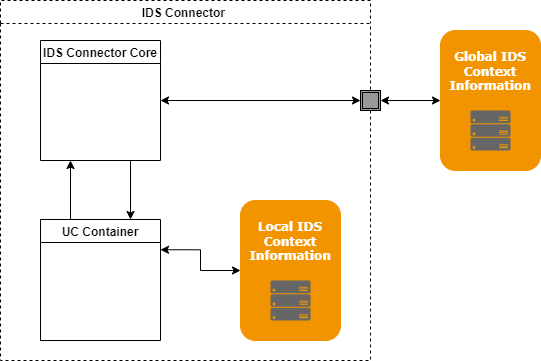
Before: documentation/4_Perspectives_of_the_Reference_Architecture_Model/4_1_Security_Perspective/media/Context-information-and-execution-point-PIP.drawio.png, a diagram exported from draw.io (International-Data-Spaces-Association/IDS-RAM_4_0). Source tidied: cells renumbered, new cells last; positions are measured from the earlier drawing's top-left corner, leaving out a move shared by most shapes.
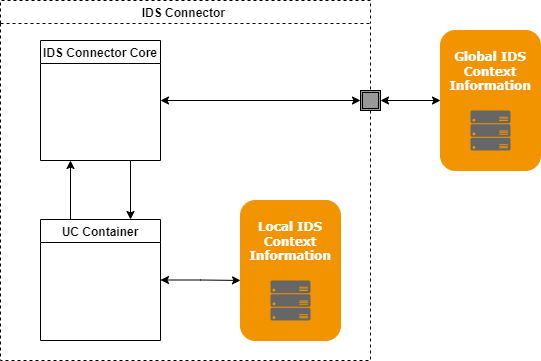
After the commit.

The edit, as a diff of the source:
```diff
@@ -8,7 +8,7 @@
     <mxCell id="3" style="edgeStyle=orthogonalEdgeStyle;rounded=0;jettySize=auto;html=1;exitX=0.25;exitY=0;exitDx=0;exitDy=0;entryX=0.25;entryY=1;entryDx=0;entryDy=0;" parent="2" edge="1" source="5" target="6">
       <mxGeometry relative="1" as="geometry" />
     </mxCell>
-    <mxCell id="4" style="edgeStyle=orthogonalEdgeStyle;rounded=0;jettySize=auto;html=1;exitX=1;exitY=0.25;exitDx=0;exitDy=0;startArrow=classic;startFill=1;" parent="2" edge="1" source="5" target="7">
+    <mxCell id="4" style="edgeStyle=orthogonalEdgeStyle;rounded=0;jettySize=auto;html=1;exitX=1;exitY=0.5;exitDx=0;exitDy=0;startArrow=classic;startFill=1;entryX=0;entryY=0.571;entryDx=0;entryDy=0;entryPerimeter=0;" parent="2" edge="1" source="5" target="7">
       <mxGeometry relative="1" as="geometry" />
     </mxCell>
     <mxCell id="5" value="UC Container" style="swimlane;fontSize=12;startSize=23;" parent="2" vertex="1">
```
